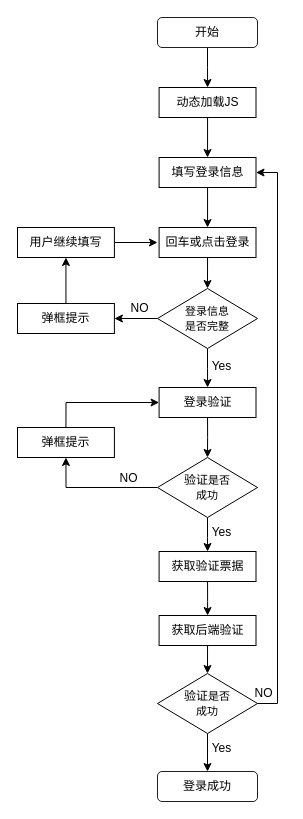
Before: 未命名绘图.drawio in qiuqiu1234/my-test-pro, a draw.io diagram. Source tidied: cells renumbered, new cells numbered last; positions are measured from the earlier drawing's top-left corner, leaving out a move shared by most shapes. Both pictures are drawn from the tidied source at 100%, with x=0, y=0 at pixel (17, 17).
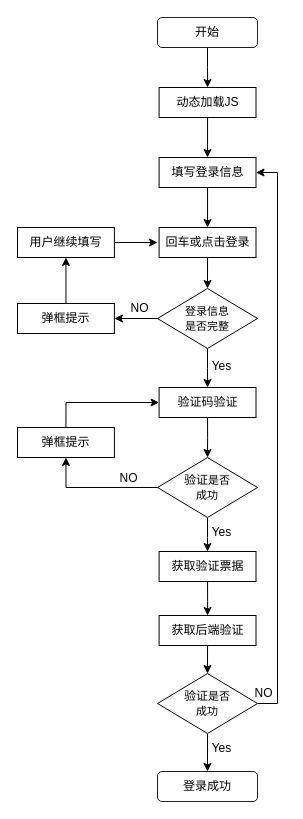
After the change.

Commit message:
更新未命名绘图.drawio

Change to the diagram source:
```diff
@@
-    <mxCell id="16" value="登录验证" style="rounded=0;whiteSpace=wrap;html=1;" parent="1" vertex="1">
+    <mxCell id="16" value="验证码验证" style="rounded=0;whiteSpace=wrap;html=1;" parent="1" vertex="1">
       <mxGeometry x="141.6" y="370" width="96.9" height="30" as="geometry" />
     </mxCell>
```
